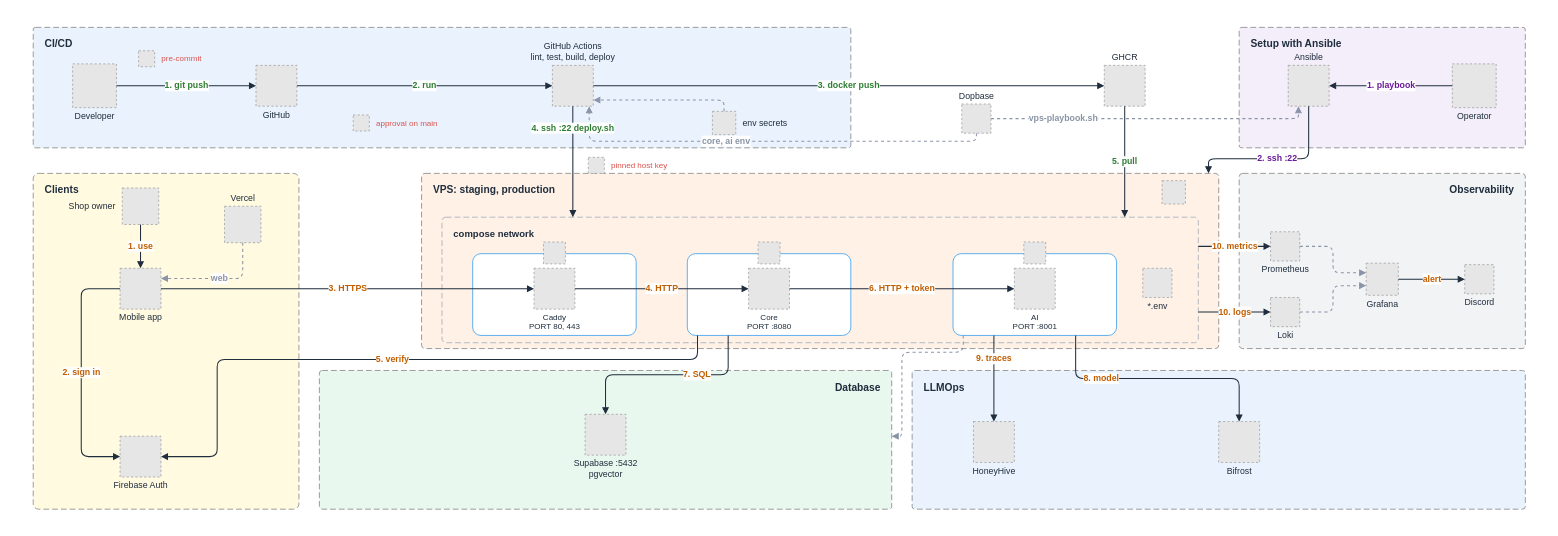
miphu2804/smart-ledger keeps this draw.io diagram as docs/architecture/diagrams/src/ci-cd.drawio. Above is the earlier version. Source tidied: cells renumbered, new cells numbered last; positions are measured from the earlier drawing's top-left corner, leaving out a move shared by most shapes. Both pictures are drawn from the tidied source at 73%, with x=0, y=0 at pixel (12, 12). Pictures stored in the file or linked from it are replaced by grey dashed boxes.
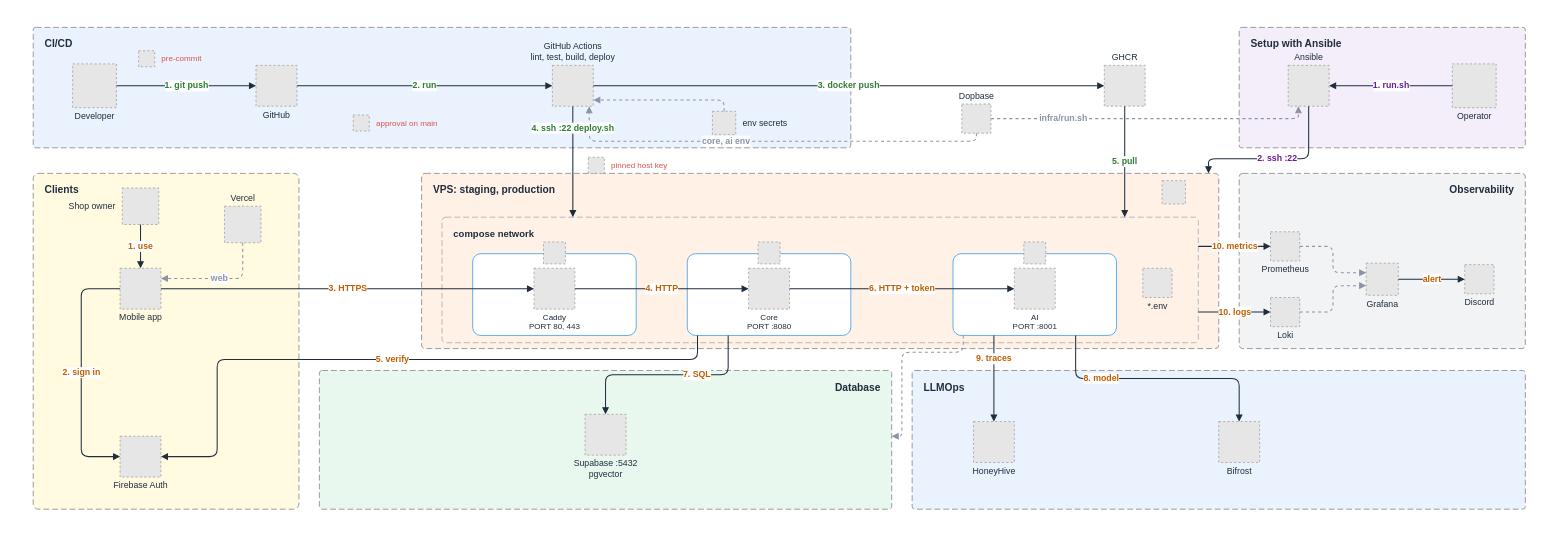
The same diagram, later.

Commit message (it also covers changes not shown here):
docs(deploy): describe the Ansible roles, scopes and infra entrypoint

The change refers to these unchanged cells:
```xml
<mxCell id="12" value="Operator" style="fillColor=#E6E6E6;strokeColor=#999999;dashed=1;verticalLabelPosition=bottom;verticalAlign=top;spacingTop=-2;html=1;fontColor=#1f2d3d;fontSize=12;" parent="1" vertex="1">
  <mxGeometry x="1972" y="70" width="60" height="60" as="geometry" />
</mxCell>
<mxCell id="13" value="Ansible" style="fillColor=#E6E6E6;strokeColor=#999999;dashed=1;verticalLabelPosition=top;verticalAlign=bottom;spacingBottom=2;html=1;fontColor=#1f2d3d;fontSize=12;" parent="1" vertex="1">
  <mxGeometry x="1747.2" y="72" width="56" height="56" as="geometry" />
</mxCell>
<mxCell id="43" value="Dopbase" style="fillColor=#E6E6E6;strokeColor=#999999;dashed=1;verticalLabelPosition=top;verticalAlign=bottom;spacingBottom=2;html=1;fontColor=#1f2d3d;fontSize=12;" parent="1" vertex="1">
  <mxGeometry x="1300" y="125" width="40" height="40" as="geometry" />
</mxCell>
```

Change to the diagram source:
```diff
@@
-    <mxCell id="45" value="vps-playbook.sh" style="edgeStyle=orthogonalEdgeStyle;rounded=1;html=1;endArrow=block;endSize=6;strokeColor=#8a94a6;strokeWidth=1.4;dashed=1;fontColor=#8a94a6;fontStyle=1;fontSize=12;labelBackgroundColor=#ffffff;exitX=1;exitY=0.5;entryX=0.25;entryY=1;" parent="1" edge="1" source="43" target="13">
+    <mxCell id="45" value="infra/run.sh" style="edgeStyle=orthogonalEdgeStyle;rounded=1;html=1;endArrow=block;endSize=6;strokeColor=#8a94a6;strokeWidth=1.4;dashed=1;fontColor=#8a94a6;fontStyle=1;fontSize=12;labelBackgroundColor=#ffffff;exitX=1;exitY=0.5;entryX=0.25;entryY=1;" parent="1" edge="1" source="43" target="13">
       <mxGeometry x="-0.55" relative="1" as="geometry" />
     </mxCell>
@@
-    <mxCell id="50" value="1. playbook" style="edgeStyle=orthogonalEdgeStyle;rounded=1;html=1;endArrow=block;endSize=6;strokeColor=#1f2d3d;strokeWidth=1.4;fontColor=#6a1b9a;fontStyle=1;fontSize=12;labelBackgroundColor=#ffffff;" parent="1" edge="1" source="12" target="13">
+    <mxCell id="50" value="1. run.sh" style="edgeStyle=orthogonalEdgeStyle;rounded=1;html=1;endArrow=block;endSize=6;strokeColor=#1f2d3d;strokeWidth=1.4;fontColor=#6a1b9a;fontStyle=1;fontSize=12;labelBackgroundColor=#ffffff;" parent="1" edge="1" source="12" target="13">
       <mxGeometry relative="1" as="geometry" />
     </mxCell>
```
